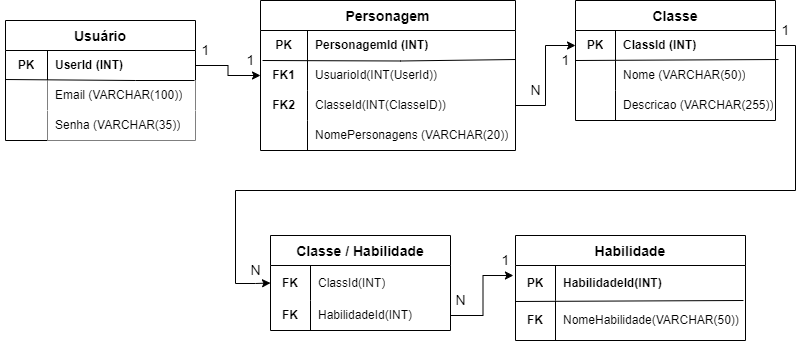
joelmaregina/Senai-SQL-API keeps this draw.io diagram as SQL/Modelo-Logico-BD.drawio.png. Above is the earlier version. Source tidied: cells renumbered, new cells last; positions are measured from the earlier drawing's top-left corner, leaving out a move shared by most shapes.
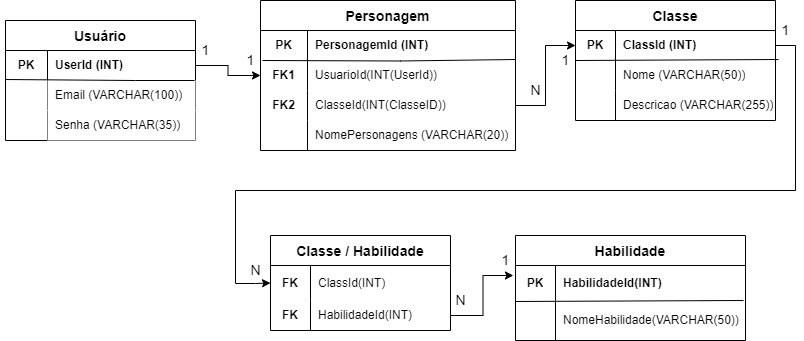
After the commit.

Commit message:
Fixing the Modelo lógico

What changed in the source:
```diff
@@ -179,7 +179,7 @@
     <mxCell id="54" style="shape=tableRow;horizontal=0;startSize=0;swimlaneHead=0;swimlaneBody=0;top=0;left=0;bottom=0;right=0;fillColor=none;points=[[0,0.5],[1,0.5]];portConstraint=eastwest;" parent="50" vertex="1">
       <mxGeometry y="65" width="230" height="40" as="geometry" />
     </mxCell>
-    <mxCell id="55" value="&lt;b&gt;FK&lt;/b&gt;" style="shape=partialRectangle;html=1;whiteSpace=wrap;fillColor=none;top=0;left=0;bottom=0;right=0;overflow=hidden;" parent="54" vertex="1">
+    <mxCell id="55" style="shape=partialRectangle;html=1;whiteSpace=wrap;fillColor=none;top=0;left=0;bottom=0;right=0;overflow=hidden;" parent="54" vertex="1">
       <mxGeometry width="40" height="40" as="geometry" />
     </mxCell>
     <mxCell id="56" value="NomeHabilidade(VARCHAR(50))" style="shape=partialRectangle;html=1;whiteSpace=wrap;fillColor=none;top=0;left=0;bottom=0;right=0;align=left;spacingLeft=6;overflow=hidden;" parent="54" vertex="1">
```
